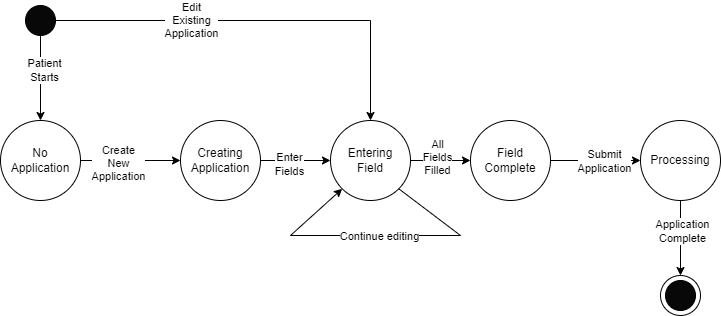
Earlier version of the draw.io export Milestone2/Diagrams/pngs/StateMachine_Create.drawio.png (SENG-350-2024-fall/Team5). Source tidied: cells renumbered, new cells last; positions are measured from the earlier drawing's top-left corner, leaving out a move shared by most shapes. The source it was exported from:
```xml
<mxGraphModel>
  <root>
    <mxCell id="0" />
    <mxCell id="1" parent="0" />
    <mxCell id="2" style="edgeStyle=orthogonalEdgeStyle;rounded=0;jettySize=auto;html=1;exitX=0.5;exitY=1;exitDx=0;exitDy=0;" parent="1" edge="1" source="6" target="9">
      <mxGeometry relative="1" as="geometry" />
    </mxCell>
    <mxCell id="3" value="Patient&lt;div&gt;Starts&lt;/div&gt;" style="edgeLabel;html=1;align=center;verticalAlign=middle;" parent="2" vertex="1">
      <mxGeometry x="-0.21" y="3" relative="1" as="geometry" />
    </mxCell>
    <mxCell id="4" style="edgeStyle=orthogonalEdgeStyle;rounded=0;jettySize=auto;html=1;exitX=1;exitY=0.5;exitDx=0;exitDy=0;entryX=0.5;entryY=0;entryDx=0;entryDy=0;" parent="1" edge="1" source="6" target="15">
      <mxGeometry relative="1" as="geometry" />
    </mxCell>
    <mxCell id="5" value="Edit&lt;div&gt;Existing&lt;/div&gt;&lt;div&gt;Application&lt;/div&gt;" style="edgeLabel;html=1;align=center;verticalAlign=middle;" parent="4" vertex="1">
      <mxGeometry x="-0.35" y="1" relative="1" as="geometry" />
    </mxCell>
    <mxCell id="6" style="ellipse;whiteSpace=wrap;html=1;fillColor=#080808;" parent="1" vertex="1">
      <mxGeometry x="25" width="30" height="30" as="geometry" />
    </mxCell>
    <mxCell id="7" style="edgeStyle=orthogonalEdgeStyle;rounded=0;jettySize=auto;html=1;exitX=1;exitY=0.5;exitDx=0;exitDy=0;" parent="1" edge="1" source="9" target="12">
      <mxGeometry relative="1" as="geometry" />
    </mxCell>
    <mxCell id="8" value="Create&lt;div&gt;New&lt;div&gt;Application&lt;/div&gt;&lt;/div&gt;" style="edgeLabel;html=1;align=center;verticalAlign=middle;" parent="7" vertex="1">
      <mxGeometry x="-0.26" y="-2" relative="1" as="geometry" />
    </mxCell>
    <mxCell id="9" value="No&lt;div&gt;Application&lt;/div&gt;" style="ellipse;whiteSpace=wrap;html=1;" parent="1" vertex="1">
      <mxGeometry y="115" width="80" height="80" as="geometry" />
    </mxCell>
    <mxCell id="10" style="edgeStyle=orthogonalEdgeStyle;rounded=0;jettySize=auto;html=1;exitX=1;exitY=0.5;exitDx=0;exitDy=0;entryX=0;entryY=0.5;entryDx=0;entryDy=0;" parent="1" edge="1" source="12" target="15">
      <mxGeometry relative="1" as="geometry" />
    </mxCell>
    <mxCell id="11" value="Enter&lt;div&gt;Fields&lt;/div&gt;" style="edgeLabel;html=1;align=center;verticalAlign=middle;" parent="10" vertex="1">
      <mxGeometry x="-0.2" y="-3" relative="1" as="geometry" />
    </mxCell>
    <mxCell id="12" value="Creating&lt;div&gt;Application&lt;/div&gt;" style="ellipse;whiteSpace=wrap;html=1;" parent="1" vertex="1">
      <mxGeometry x="180" y="115" width="80" height="80" as="geometry" />
    </mxCell>
    <mxCell id="13" style="edgeStyle=orthogonalEdgeStyle;rounded=0;jettySize=auto;html=1;exitX=1;exitY=0.5;exitDx=0;exitDy=0;entryX=0;entryY=0.5;entryDx=0;entryDy=0;" parent="1" edge="1" source="15" target="18">
      <mxGeometry relative="1" as="geometry" />
    </mxCell>
    <mxCell id="14" value="All&lt;div&gt;Fields&lt;/div&gt;&lt;div&gt;Filled&lt;/div&gt;" style="edgeLabel;html=1;align=center;verticalAlign=middle;" parent="13" vertex="1">
      <mxGeometry x="-0.13" y="4" relative="1" as="geometry" />
    </mxCell>
    <mxCell id="15" value="Entering&lt;div&gt;Field&lt;/div&gt;" style="ellipse;whiteSpace=wrap;html=1;" parent="1" vertex="1">
      <mxGeometry x="330" y="115" width="80" height="80" as="geometry" />
    </mxCell>
    <mxCell id="16" style="edgeStyle=orthogonalEdgeStyle;rounded=0;jettySize=auto;html=1;exitX=1;exitY=0.5;exitDx=0;exitDy=0;entryX=0;entryY=0.5;entryDx=0;entryDy=0;" parent="1" edge="1" source="18" target="21">
      <mxGeometry relative="1" as="geometry" />
    </mxCell>
    <mxCell id="17" value="Submit&lt;div&gt;Application&lt;/div&gt;" style="edgeLabel;html=1;align=center;verticalAlign=middle;" parent="16" vertex="1">
      <mxGeometry x="0.17" relative="1" as="geometry" />
    </mxCell>
    <mxCell id="18" value="Field&lt;div&gt;Complete&lt;/div&gt;" style="ellipse;whiteSpace=wrap;html=1;" parent="1" vertex="1">
      <mxGeometry x="470" y="115" width="80" height="80" as="geometry" />
    </mxCell>
    <mxCell id="19" style="edgeStyle=orthogonalEdgeStyle;rounded=0;jettySize=auto;html=1;exitX=0.5;exitY=1;exitDx=0;exitDy=0;entryX=0.5;entryY=0;entryDx=0;entryDy=0;" parent="1" edge="1" source="21" target="25">
      <mxGeometry relative="1" as="geometry" />
    </mxCell>
    <mxCell id="20" value="Application&lt;div&gt;Complete&lt;/div&gt;" style="edgeLabel;html=1;align=center;verticalAlign=middle;" parent="19" vertex="1">
      <mxGeometry x="-0.21" y="1" relative="1" as="geometry" />
    </mxCell>
    <mxCell id="21" value="Processing" style="ellipse;whiteSpace=wrap;html=1;" parent="1" vertex="1">
      <mxGeometry x="640" y="115" width="80" height="80" as="geometry" />
    </mxCell>
    <mxCell id="22" style="endArrow=classic;html=1;rounded=0;entryX=0;entryY=1;entryDx=0;entryDy=0;exitX=1;exitY=1;exitDx=0;exitDy=0;" parent="1" edge="1" source="15" target="15">
      <mxGeometry relative="1" as="geometry">
        <Array as="points">
          <mxPoint x="460" y="230" />
          <mxPoint x="290" y="230" />
        </Array>
      </mxGeometry>
    </mxCell>
    <mxCell id="23" value="Continue editing" style="edgeLabel;html=1;align=center;verticalAlign=middle;" parent="22" vertex="1">
      <mxGeometry relative="1" as="geometry" />
    </mxCell>
    <mxCell id="24" style="group;" parent="1" vertex="1">
      <mxGeometry x="660" y="270" width="40" height="40" as="geometry" />
    </mxCell>
    <mxCell id="25" style="ellipse;whiteSpace=wrap;html=1;" parent="24" vertex="1">
      <mxGeometry width="40" height="40" as="geometry" />
    </mxCell>
    <mxCell id="26" style="ellipse;whiteSpace=wrap;html=1;fillColor=#080808;" parent="24" vertex="1">
      <mxGeometry x="5" y="5" width="30" height="30" as="geometry" />
    </mxCell>
  </root>
</mxGraphModel>
```
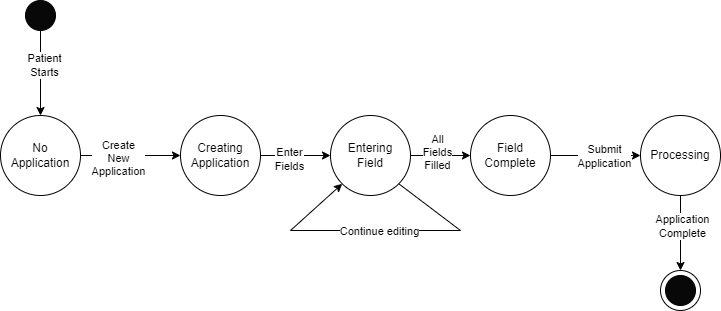
Above is the later version.

The edit, as a diff of the source:
```diff
@@ -8,12 +8,6 @@
     <mxCell id="3" value="Patient&lt;div&gt;Starts&lt;/div&gt;" style="edgeLabel;html=1;align=center;verticalAlign=middle;" parent="2" vertex="1">
       <mxGeometry x="-0.21" y="3" relative="1" as="geometry" />
     </mxCell>
-    <mxCell id="4" style="edgeStyle=orthogonalEdgeStyle;rounded=0;jettySize=auto;html=1;exitX=1;exitY=0.5;exitDx=0;exitDy=0;entryX=0.5;entryY=0;entryDx=0;entryDy=0;" parent="1" edge="1" source="6" target="15">
-      <mxGeometry relative="1" as="geometry" />
-    </mxCell>
-    <mxCell id="5" value="Edit&lt;div&gt;Existing&lt;/div&gt;&lt;div&gt;Application&lt;/div&gt;" style="edgeLabel;html=1;align=center;verticalAlign=middle;" parent="4" vertex="1">
-      <mxGeometry x="-0.35" y="1" relative="1" as="geometry" />
-    </mxCell>
     <mxCell id="6" style="ellipse;whiteSpace=wrap;html=1;fillColor=#080808;" parent="1" vertex="1">
       <mxGeometry x="25" width="30" height="30" as="geometry" />
     </mxCell>
```
